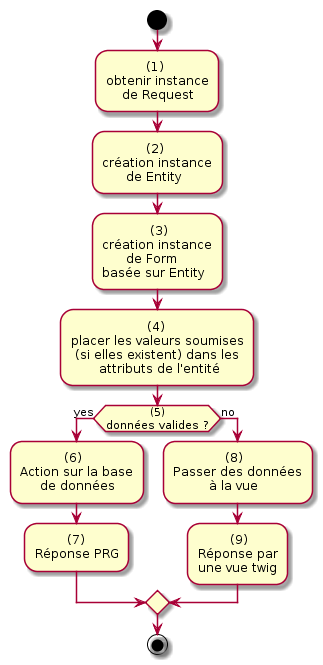
The PlantUML diagram docs/images/algo-form.png in ldv-melun/symfony, before a commit.
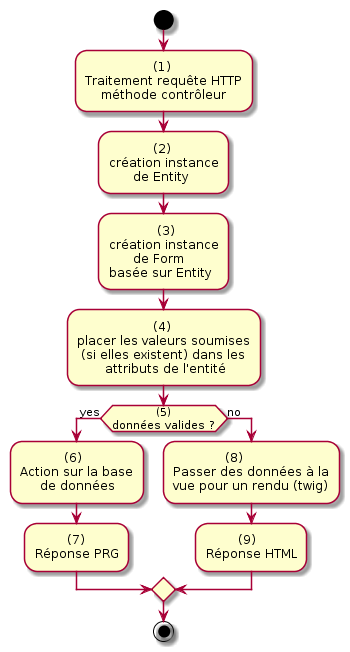
After the commit.

Commit message:
add chap form (content udapted)

What changed in the source:
```diff
@@ -1,6 +1,6 @@
 @startuml
 start
-:          (1)\nobtenir instance\n    de Request;
+:                 (1)\nTraitement requête HTTP\n    méthode contrôleur;
 :           (2)\ncréation instance\n      de Entity;
 :            (3)\ncréation instance\n      de Form\nbasée sur Entity;
 :                   (4)\nplacer les valeurs soumises\n (si elles existent) dans les\n       attributs de l'entité;
@@ -8,8 +8,8 @@
   :           (6)\nAction sur la base\n     de données;
   :        (7)\nRéponse PRG;
 else (no)
-  :             (8)\nPasser des données\n         à la vue;
-  :        (9)\nRéponse par\nune vue twig;
+  :             (8)\nPasser des données à la\nvue pour un rendu (twig);
+  :        (9)\nRéponse HTML;
 endif
 
 stop
```
